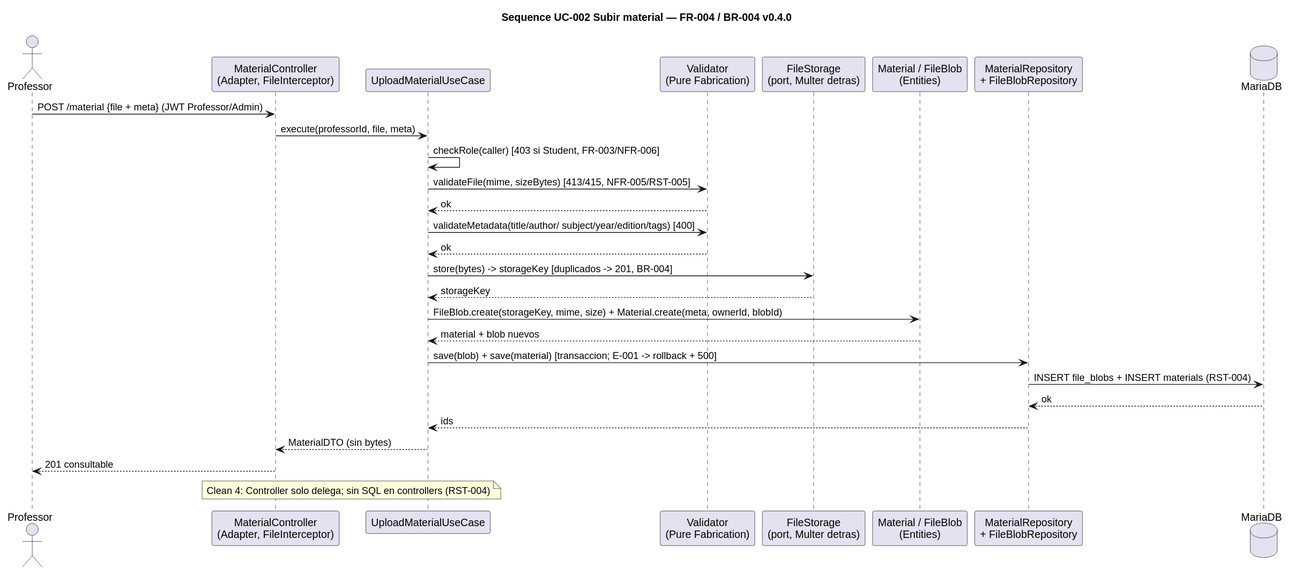
estebanmatias92/tecnicatura-practicas-profesionalizantes-ii keeps this PlantUML diagram as 2026-09-29-laboratorio-bibliotech/docs/03-architecture/sequence-diagram-UC-002.svg. Above is the earlier version. The source it was exported from:
```plantuml
@startuml
title Sequence UC-002 Subir material — FR-004 / BR-004 v0.4.0
actor Professor
participant "MaterialController\n(Adapter, FileInterceptor)" as Ctrl
participant "UploadMaterialUseCase" as UC
participant "Validator\n(Pure Fabrication)" as Val
participant "FileStorage\n(port, Multer detras)" as FS
participant "Material / FileBlob\n(Entities)" as Ent
participant "MaterialRepository\n+ FileBlobRepository" as Repo
database MariaDB as DB

Professor -> Ctrl : POST /material {file + meta} (JWT Professor/Admin)
Ctrl -> UC : execute(professorId, file, meta)
UC -> UC : checkRole(caller) [403 si Student, FR-003/NFR-006]
UC -> Val : validateFile(mime, sizeBytes) [413/415, NFR-005/RST-005]
Val --> UC : ok
UC -> Val : validateMetadata(title/author/ subject/year/edition/tags) [400]
Val --> UC : ok
UC -> FS : store(bytes) -> storageKey [duplicados -> 201, BR-004]
FS --> UC : storageKey
UC -> Ent : FileBlob.create(storageKey, mime, size) + Material.create(meta, ownerId, blobId)
Ent --> UC : material + blob nuevos
UC -> Repo : save(blob) + save(material) [transaccion; E-001 -> rollback + 500]
Repo -> DB : INSERT file_blobs + INSERT materials (RST-004)
DB --> Repo : ok
Repo --> UC : ids
UC --> Ctrl : MaterialDTO (sin bytes)
Ctrl --> Professor : 201 consultable

note over Ctrl, UC : Clean 4: Controller solo delega; sin SQL en controllers (RST-004)
@enduml
```
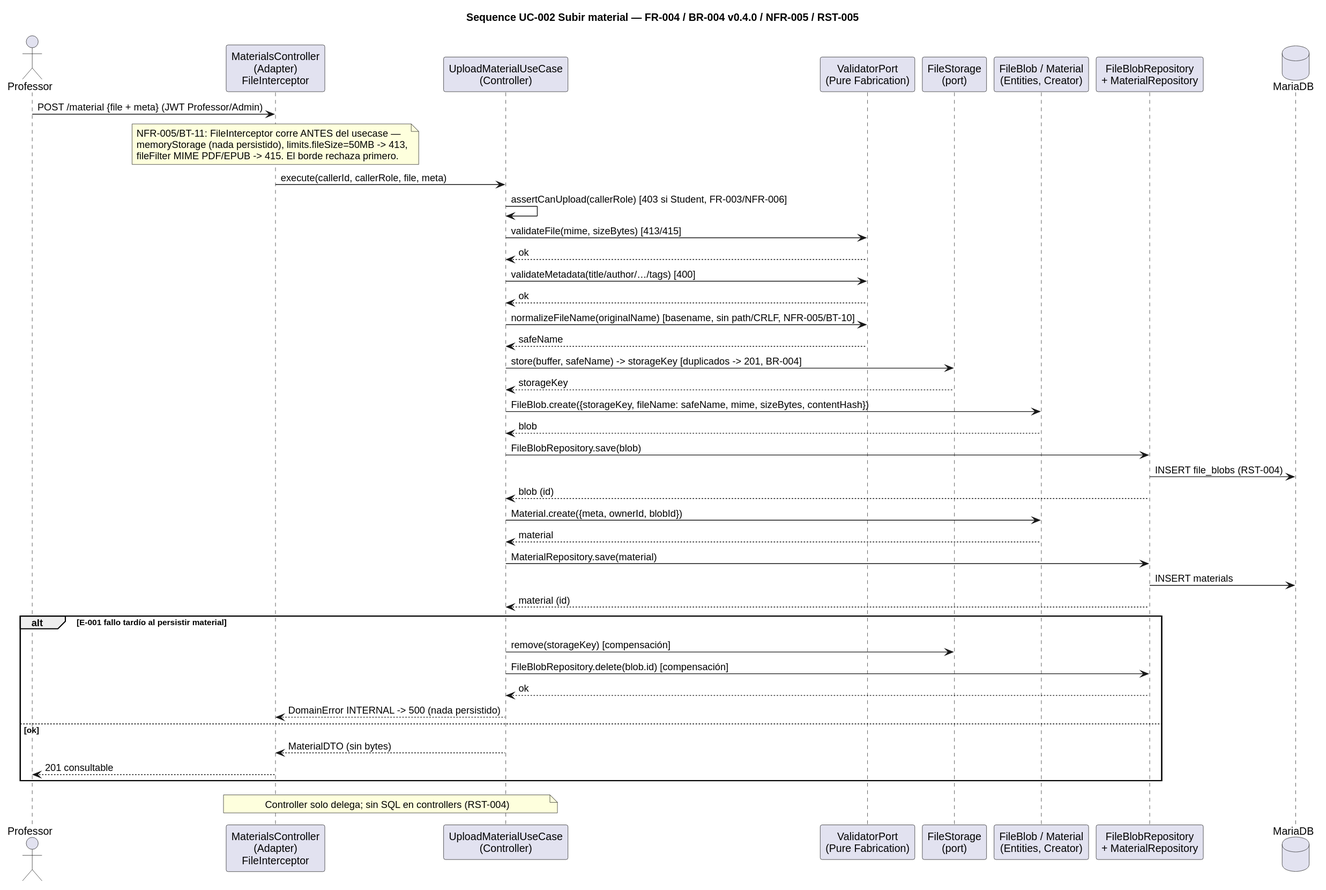
After the change.

What changed in the source:
```diff
@@ -1,31 +1,49 @@
 @startuml
-title Sequence UC-002 Subir material — FR-004 / BR-004 v0.4.0
+title Sequence UC-002 Subir material — FR-004 / BR-004 v0.4.0 / NFR-005 / RST-005
 actor Professor
-participant "MaterialController\n(Adapter, FileInterceptor)" as Ctrl
-participant "UploadMaterialUseCase" as UC
-participant "Validator\n(Pure Fabrication)" as Val
-participant "FileStorage\n(port, Multer detras)" as FS
-participant "Material / FileBlob\n(Entities)" as Ent
-participant "MaterialRepository\n+ FileBlobRepository" as Repo
+participant "MaterialsController\n(Adapter)\nFileInterceptor" as Ctrl
+participant "UploadMaterialUseCase\n(Controller)" as UC
+participant "ValidatorPort\n(Pure Fabrication)" as Val
+participant "FileStorage\n(port)" as FS
+participant "FileBlob / Material\n(Entities, Creator)" as Ent
+participant "FileBlobRepository\n+ MaterialRepository" as Repo
 database MariaDB as DB
 
 Professor -> Ctrl : POST /material {file + meta} (JWT Professor/Admin)
-Ctrl -> UC : execute(professorId, file, meta)
-UC -> UC : checkRole(caller) [403 si Student, FR-003/NFR-006]
-UC -> Val : validateFile(mime, sizeBytes) [413/415, NFR-005/RST-005]
+note over Ctrl
+  NFR-005/BT-11: FileInterceptor corre ANTES del usecase —
+  memoryStorage (nada persistido), limits.fileSize=50MB -> 413,
+  fileFilter MIME PDF/EPUB -> 415. El borde rechaza primero.
+end note
+Ctrl -> UC : execute(callerId, callerRole, file, meta)
+UC -> UC : assertCanUpload(callerRole) [403 si Student, FR-003/NFR-006]
+UC -> Val : validateFile(mime, sizeBytes) [413/415]
 Val --> UC : ok
-UC -> Val : validateMetadata(title/author/ subject/year/edition/tags) [400]
+UC -> Val : validateMetadata(title/author/…/tags) [400]
 Val --> UC : ok
-UC -> FS : store(bytes) -> storageKey [duplicados -> 201, BR-004]
+UC -> Val : normalizeFileName(originalName) [basename, sin path/CRLF, NFR-005/BT-10]
+Val --> UC : safeName
+UC -> FS : store(buffer, safeName) -> storageKey [duplicados -> 201, BR-004]
 FS --> UC : storageKey
-UC -> Ent : FileBlob.create(storageKey, mime, size) + Material.create(meta, ownerId, blobId)
-Ent --> UC : material + blob nuevos
-UC -> Repo : save(blob) + save(material) [transaccion; E-001 -> rollback + 500]
-Repo -> DB : INSERT file_blobs + INSERT materials (RST-004)
-DB --> Repo : ok
-Repo --> UC : ids
-UC --> Ctrl : MaterialDTO (sin bytes)
-Ctrl --> Professor : 201 consultable
+UC -> Ent : FileBlob.create({storageKey, fileName: safeName, mime, sizeBytes, contentHash})
+Ent --> UC : blob
+UC -> Repo : FileBlobRepository.save(blob)
+Repo -> DB : INSERT file_blobs (RST-004)
+Repo --> UC : blob (id)
+UC -> Ent : Material.create({meta, ownerId, blobId})
+Ent --> UC : material
+UC -> Repo : MaterialRepository.save(material)
+Repo -> DB : INSERT materials
+Repo --> UC : material (id)
+alt E-001 fallo tardío al persistir material
+  UC -> FS : remove(storageKey) [compensación]
+  UC -> Repo : FileBlobRepository.delete(blob.id) [compensación]
+  Repo --> UC : ok
+  UC --> Ctrl : DomainError INTERNAL -> 500 (nada persistido)
+else ok
+  UC --> Ctrl : MaterialDTO (sin bytes)
+  Ctrl --> Professor : 201 consultable
+end
 
-note over Ctrl, UC : Clean 4: Controller solo delega; sin SQL en controllers (RST-004)
+note over Ctrl, UC : Controller solo delega; sin SQL en controllers (RST-004)
 @enduml
```
